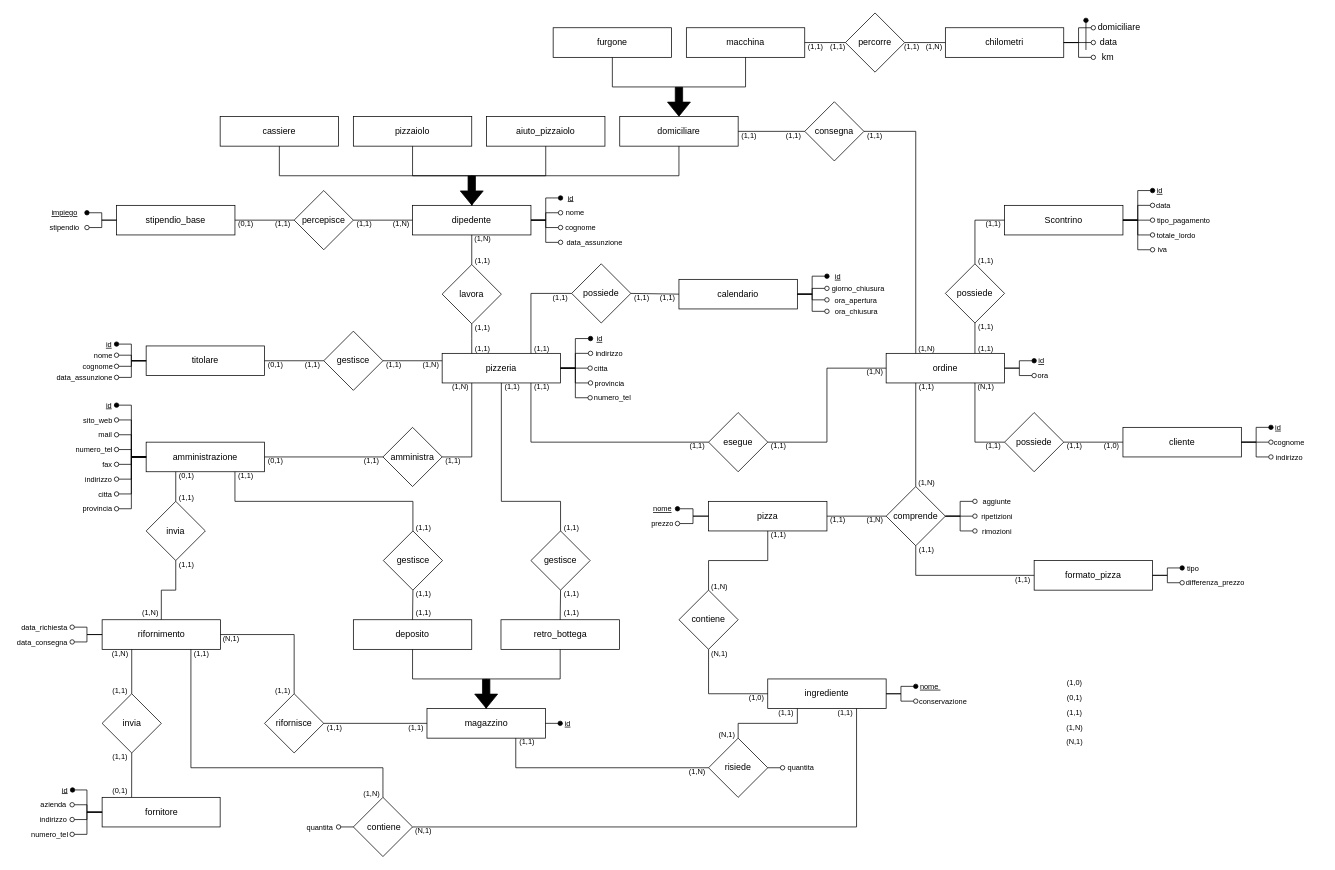
Earlier version of the draw.io diagram Draw/PaduPizzaER.drawio (NicholasPilotto/PaduPizza). Source tidied: cells renumbered, new cells numbered last; positions are measured from the earlier drawing's top-left corner, leaving out a move shared by most shapes. Both pictures are drawn from the tidied source at 74%, with x=0, y=0 at pixel (13, 13).
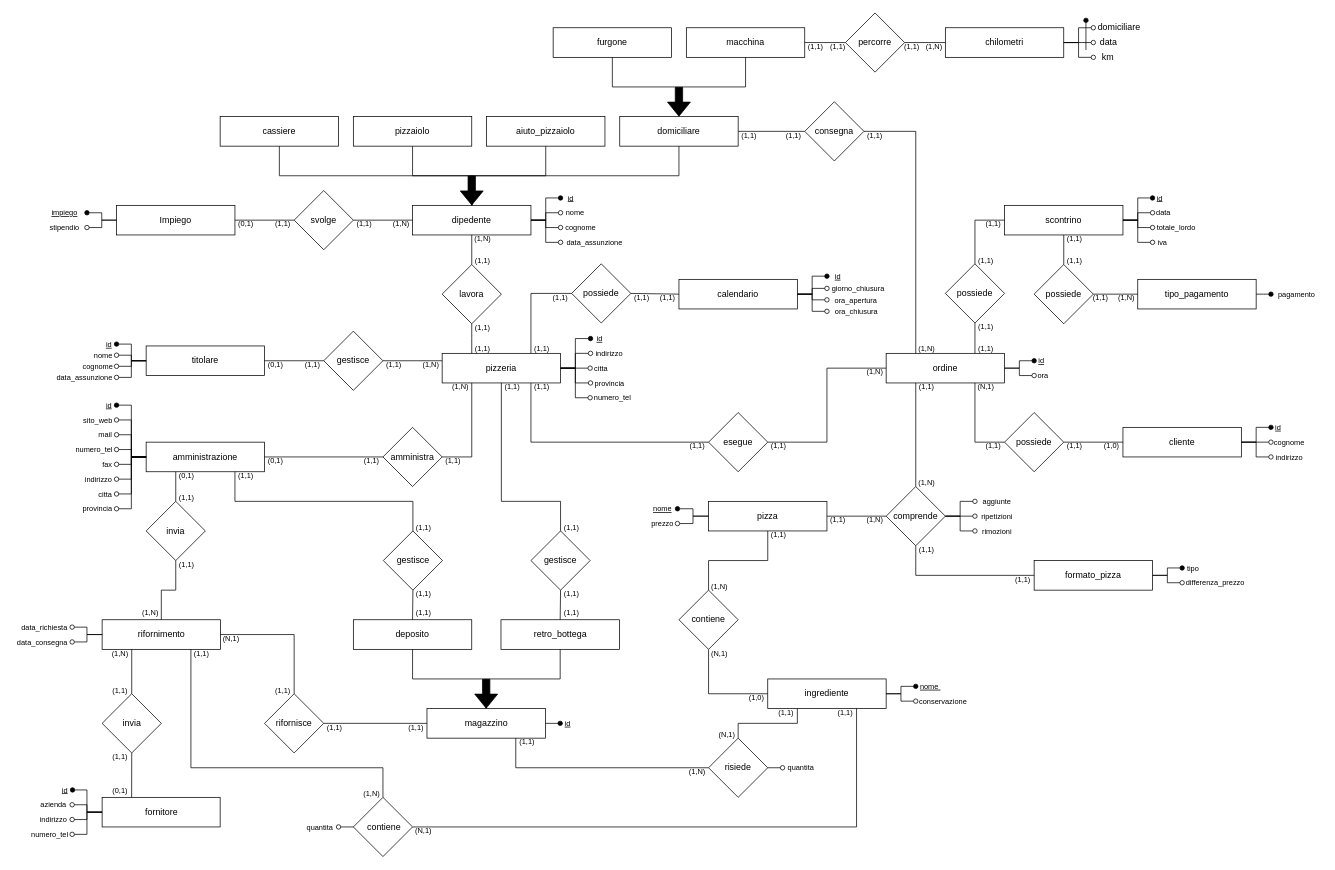
Above is the later version.

Change to the diagram source:
```diff
@@
-    <mxCell id="20" value="Scontrino" style="whiteSpace=wrap;html=1;align=center;comic=0;noLabel=0;portConstraintRotation=0;rounded=0;glass=0;sketch=0;shadow=0;" parent="1" vertex="1">
+    <mxCell id="20" value="scontrino" style="whiteSpace=wrap;html=1;align=center;comic=0;noLabel=0;portConstraintRotation=0;rounded=0;glass=0;sketch=0;shadow=0;" parent="1" vertex="1">
       <mxGeometry x="1340" y="260" width="160" height="40" as="geometry" />
     </mxCell>
@@
     <mxCell id="87" value="&lt;u&gt;id&lt;/u&gt;" style="text;html=1;strokeColor=none;fillColor=none;align=center;verticalAlign=middle;whiteSpace=wrap;rounded=0;fontSize=10;" parent="1" vertex="1">
-      <mxGeometry x="1540" y="235" width="20" height="10" as="geometry" />
+      <mxGeometry x="1540" y="245" width="20" height="10" as="geometry" />
     </mxCell>
-    <mxCell id="88" value="(N,1)" style="text;html=1;strokeColor=none;fillColor=none;align=center;verticalAlign=middle;whiteSpace=wrap;rounded=0;fontSize=10;" parent="1" vertex="1">
-      <mxGeometry x="1420" y="980" width="30" height="10" as="geometry" />
-    </mxCell>
@@
     <mxCell id="90" value="data" style="text;html=1;strokeColor=none;fillColor=none;align=center;verticalAlign=middle;whiteSpace=wrap;rounded=0;fontSize=10;" parent="1" vertex="1">
-      <mxGeometry x="1540" y="255" width="30" height="10" as="geometry" />
+      <mxGeometry x="1540" y="265" width="30" height="10" as="geometry" />
     </mxCell>
-    <mxCell id="91" style="endArrow=none;html=1;fillColor=#000000;fontSize=10;entryX=1;entryY=0.5;entryDx=0;entryDy=0;exitX=0;exitY=0.5;exitDx=0;exitDy=0;startArrow=oval;startFill=0;rounded=0;edgeStyle=elbowEdgeStyle;" parent="1" edge="1" source="92" target="20">
-      <mxGeometry relative="1" as="geometry" />
-    </mxCell>
-    <mxCell id="92" value="tipo_pagamento&amp;nbsp;&amp;nbsp;" style="text;html=1;strokeColor=none;fillColor=none;align=center;verticalAlign=middle;whiteSpace=wrap;rounded=0;fontSize=10;" parent="1" vertex="1">
-      <mxGeometry x="1540" y="275" width="90" height="10" as="geometry" />
-    </mxCell>
@@
     <mxCell id="94" value="totale_lordo&amp;nbsp;&amp;nbsp;" style="text;html=1;strokeColor=none;fillColor=none;align=center;verticalAlign=middle;whiteSpace=wrap;rounded=0;fontSize=10;" parent="1" vertex="1">
-      <mxGeometry x="1540" y="295" width="70" height="10" as="geometry" />
+      <mxGeometry x="1540" y="285" width="70" height="10" as="geometry" />
     </mxCell>
@@
     <mxCell id="96" value="iva&amp;nbsp;" style="text;html=1;strokeColor=none;fillColor=none;align=center;verticalAlign=middle;whiteSpace=wrap;rounded=0;fontSize=10;" parent="1" vertex="1">
-      <mxGeometry x="1540" y="315" width="30" height="10" as="geometry" />
+      <mxGeometry x="1540" y="305" width="30" height="10" as="geometry" />
     </mxCell>
@@
-    <mxCell id="118" value="stipendio_base" style="whiteSpace=wrap;html=1;align=center;comic=0;noLabel=0;portConstraintRotation=0;rounded=0;glass=0;sketch=0;shadow=0;" parent="1" vertex="1">
+    <mxCell id="118" value="Impiego" style="whiteSpace=wrap;html=1;align=center;comic=0;noLabel=0;portConstraintRotation=0;rounded=0;glass=0;sketch=0;shadow=0;" parent="1" vertex="1">
       <mxGeometry x="140" y="260" width="160" height="40" as="geometry" />
     </mxCell>
-    <mxCell id="119" value="percepisce" style="rhombus;whiteSpace=wrap;html=1;" parent="1" vertex="1">
+    <mxCell id="119" value="svolge" style="rhombus;whiteSpace=wrap;html=1;" parent="1" vertex="1">
       <mxGeometry x="380" y="240" width="80" height="80" as="geometry" />
     </mxCell>
@@
-    <mxCell id="122" value="(1,N)" style="text;html=1;strokeColor=none;fillColor=none;align=center;verticalAlign=middle;whiteSpace=wrap;rounded=0;fontSize=10;" parent="1" vertex="1">
-      <mxGeometry x="1420" y="959.8" width="30" height="10.2" as="geometry" />
-    </mxCell>
-    <mxCell id="123" value="(0,1)" style="text;html=1;strokeColor=none;fillColor=none;align=center;verticalAlign=middle;whiteSpace=wrap;rounded=0;fontSize=10;" parent="1" vertex="1">
-      <mxGeometry x="1420" y="920" width="30" height="10" as="geometry" />
-    </mxCell>
@@
-    <mxCell id="214" value="(1,1)" style="text;html=1;strokeColor=none;fillColor=none;align=center;verticalAlign=middle;whiteSpace=wrap;rounded=0;fontSize=10;" parent="1" vertex="1">
-      <mxGeometry x="1420" y="940.2" width="30" height="10" as="geometry" />
-    </mxCell>
@@
-    <mxCell id="247" value="(1,0)" style="text;html=1;strokeColor=none;fillColor=none;align=center;verticalAlign=middle;whiteSpace=wrap;rounded=0;fontSize=10;" parent="1" vertex="1">
-      <mxGeometry x="1420" y="900" width="30" height="10" as="geometry" />
-    </mxCell>
@@
+    <mxCell id="92" value="tipo_pagamento" style="whiteSpace=wrap;html=1;align=center;comic=0;noLabel=0;portConstraintRotation=0;rounded=0;glass=0;sketch=0;shadow=0;" parent="1" vertex="1">
+      <mxGeometry x="1520" y="360" width="160" height="40" as="geometry" />
+    </mxCell>
+    <mxCell id="294" value="pagamento" style="text;html=1;strokeColor=none;fillColor=none;align=center;verticalAlign=middle;whiteSpace=wrap;rounded=0;fontSize=10;" parent="1" vertex="1">
+      <mxGeometry x="1700" y="375" width="70" height="10" as="geometry" />
+    </mxCell>
+    <mxCell id="295" style="endArrow=none;html=1;fillColor=#000000;fontSize=10;entryX=1;entryY=0.5;entryDx=0;entryDy=0;exitX=0;exitY=0.5;exitDx=0;exitDy=0;startArrow=oval;startFill=1;rounded=0;edgeStyle=elbowEdgeStyle;" parent="1" edge="1" source="294" target="92">
+      <mxGeometry relative="1" as="geometry" />
+    </mxCell>
+    <mxCell id="296" value="possiede" style="rhombus;whiteSpace=wrap;html=1;" parent="1" vertex="1">
+      <mxGeometry x="1380" y="340" width="80" height="80" as="geometry" />
+    </mxCell>
+    <mxCell id="297" style="endArrow=none;html=1;entryX=0.5;entryY=1;entryDx=0;entryDy=0;exitX=0.5;exitY=0;exitDx=0;exitDy=0;rounded=0;elbow=vertical;" parent="1" edge="1" source="296" target="20">
+      <mxGeometry relative="1" as="geometry" />
+    </mxCell>
+    <mxCell id="298" style="endArrow=none;html=1;entryX=1;entryY=0.5;entryDx=0;entryDy=0;exitX=0;exitY=0.5;exitDx=0;exitDy=0;" parent="1" edge="1" source="92" target="296">
+      <mxGeometry relative="1" as="geometry" />
+    </mxCell>
+    <mxCell id="299" value="(1,1)" style="text;html=1;strokeColor=none;fillColor=none;align=center;verticalAlign=middle;whiteSpace=wrap;rounded=0;fontSize=10;" parent="1" vertex="1">
+      <mxGeometry x="1455" y="380.2" width="30" height="10" as="geometry" />
+    </mxCell>
+    <mxCell id="300" value="(1,1)" style="text;html=1;strokeColor=none;fillColor=none;align=center;verticalAlign=middle;whiteSpace=wrap;rounded=0;fontSize=10;" parent="1" vertex="1">
+      <mxGeometry x="1420" y="300" width="30" height="10" as="geometry" />
+    </mxCell>
+    <mxCell id="301" value="(1,1)" style="text;html=1;strokeColor=none;fillColor=none;align=center;verticalAlign=middle;whiteSpace=wrap;rounded=0;fontSize=10;" parent="1" vertex="1">
+      <mxGeometry x="1420" y="329" width="30" height="10" as="geometry" />
+    </mxCell>
+    <mxCell id="122" value="(1,N)" style="text;html=1;strokeColor=none;fillColor=none;align=center;verticalAlign=middle;whiteSpace=wrap;rounded=0;fontSize=10;" parent="1" vertex="1">
+      <mxGeometry x="1490" y="380.2" width="30" height="10" as="geometry" />
+    </mxCell>
```
